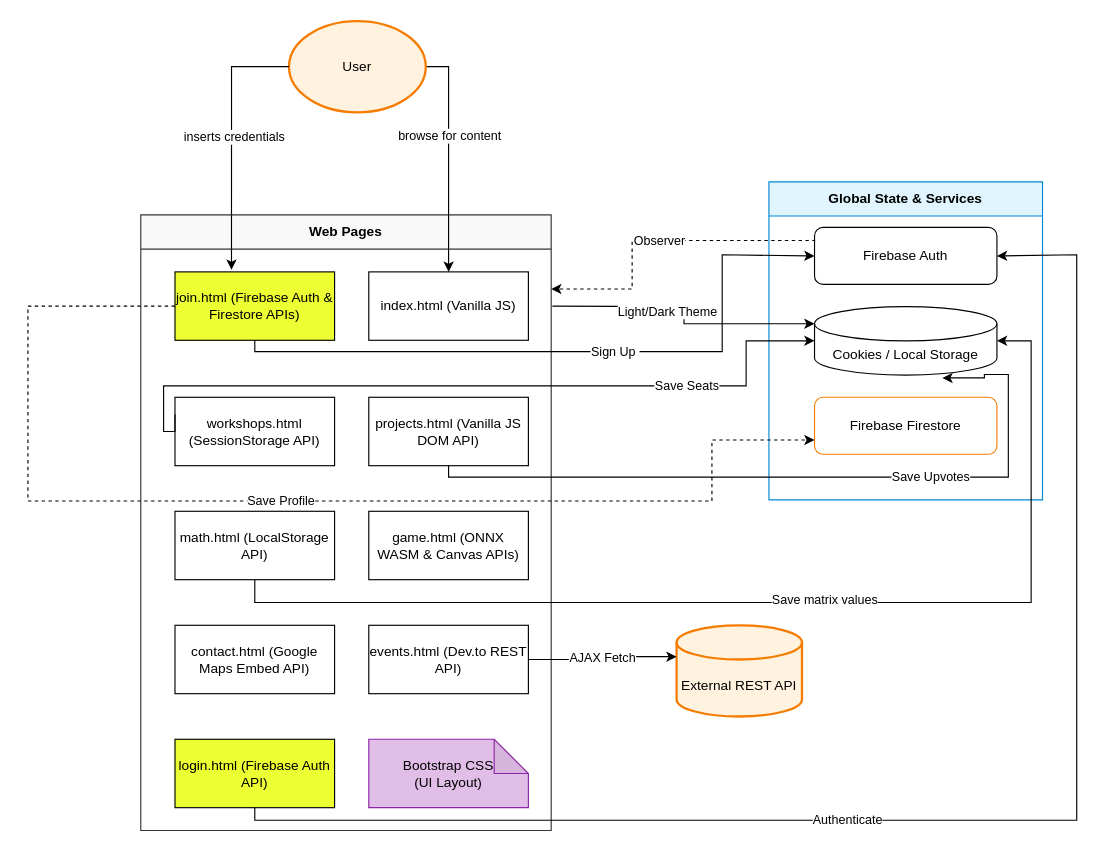
Before: architecture.drawio in khoryz666/logicklub.pages.dev, a draw.io diagram. Source tidied: cells renumbered, new cells numbered last; positions are measured from the earlier drawing's top-left corner, leaving out a move shared by most shapes. Both pictures are drawn from the tidied source at 114%, with x=0, y=0 at pixel (27, 21).
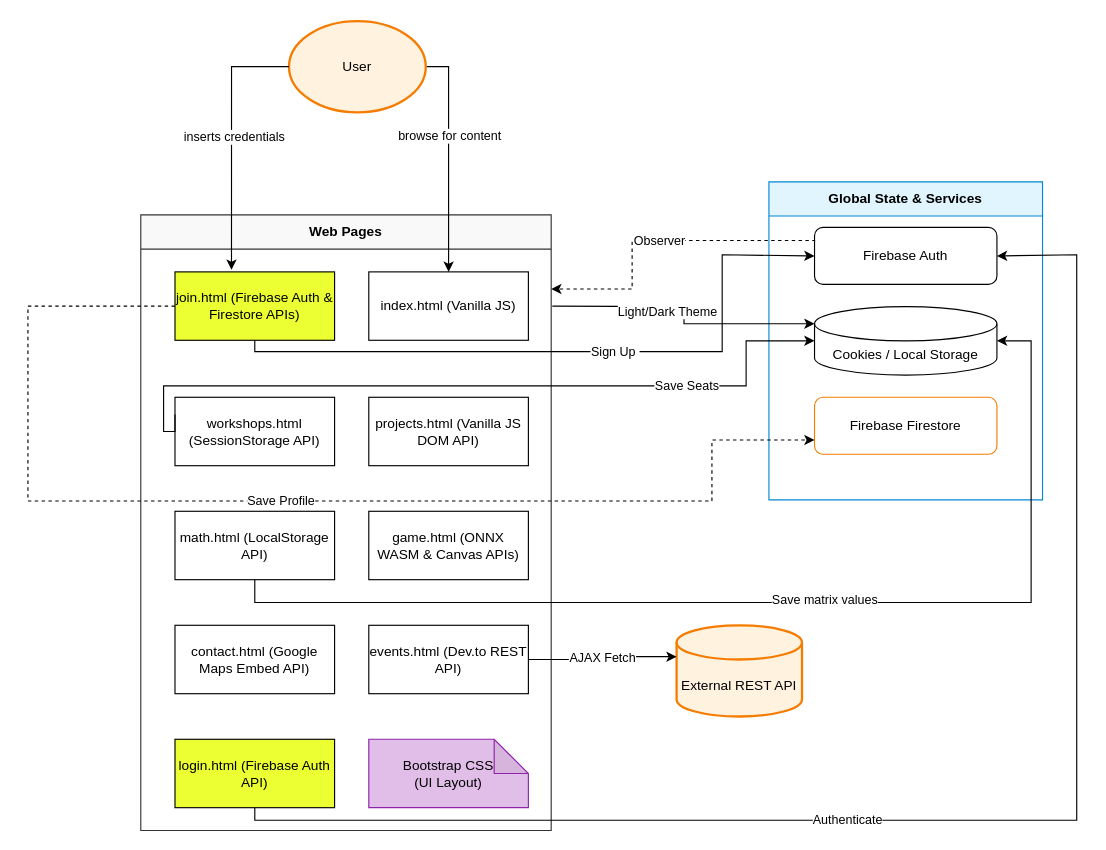
The same diagram, later.

Commit message (it also covers changes not shown here):
Remove references to unimplemented project upvoting feature

Unchanged cells that the change refers to:
```xml
<mxCell id="4" value="Cookies / Local Storage" style="shape=cylinder3;whiteSpace=wrap;html=1;boundedLbl=1;backgroundOutline=1;size=15;fillColor=#ffffff;" parent="2" vertex="1">
  <mxGeometry x="40" y="109.5" width="160" height="60" as="geometry" />
</mxCell>
<mxCell id="10" value="projects.html&amp;#xa;(Vanilla JS DOM API)" style="rounded=0;whiteSpace=wrap;html=1;fillColor=#ffffff;" parent="6" vertex="1">
  <mxGeometry x="200" y="160" width="140" height="60" as="geometry" />
</mxCell>
```

The edit, as a diff of the source:
```diff
@@
-    <mxCell id="23" value="Save Upvotes" style="edgeStyle=orthogonalEdgeStyle;rounded=0;html=1;entryX=0.701;entryY=1.042;entryDx=0;entryDy=0;entryPerimeter=0;exitX=0.5;exitY=1;exitDx=0;exitDy=0;" parent="1" edge="1" source="10" target="4">
-      <mxGeometry x="0.33" relative="1" as="geometry">
-        <Array as="points">
-          <mxPoint x="369" y="400" />
-          <mxPoint x="860" y="400" />
-          <mxPoint x="860" y="310" />
-          <mxPoint x="839" y="310" />
-          <mxPoint x="839" y="313" />
-        </Array>
-      </mxGeometry>
-    </mxCell>
```
